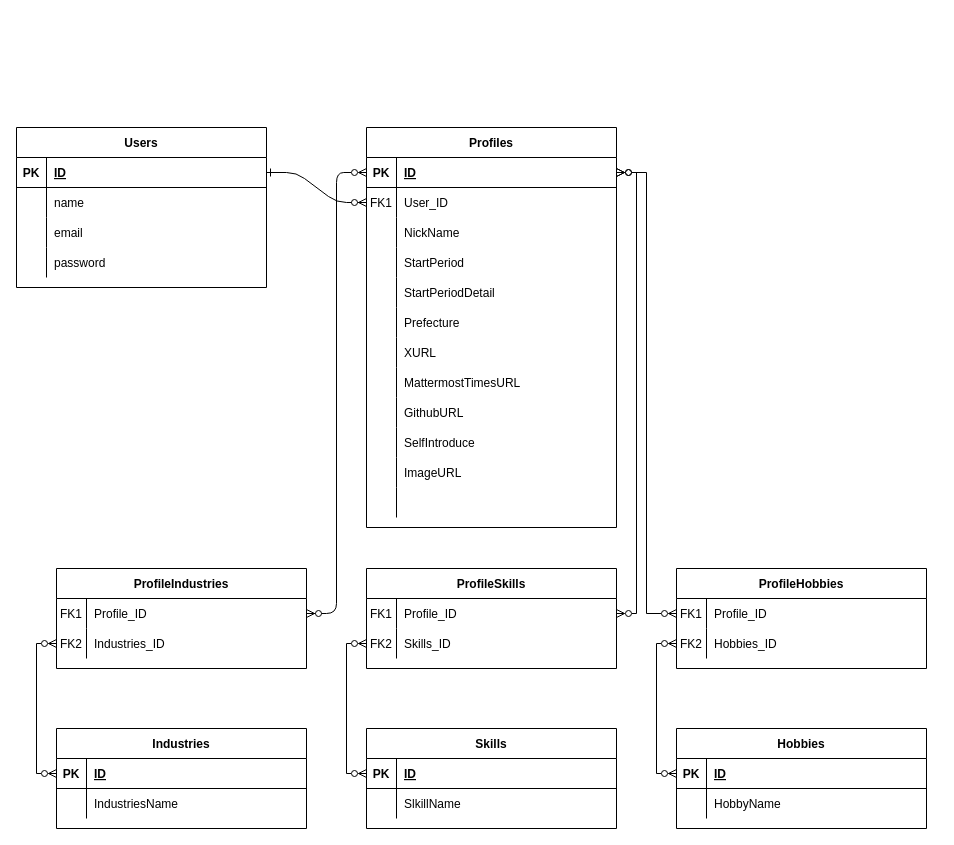
MaTTalv001/Student_Profile keeps this draw.io diagram as ER.drawio. Above is the earlier version. Source tidied: cells renumbered, new cells numbered last; positions are measured from the earlier drawing's top-left corner, leaving out a move shared by most shapes. Both pictures are drawn from the tidied source at 100%, with x=0, y=0 at pixel (16, 127).
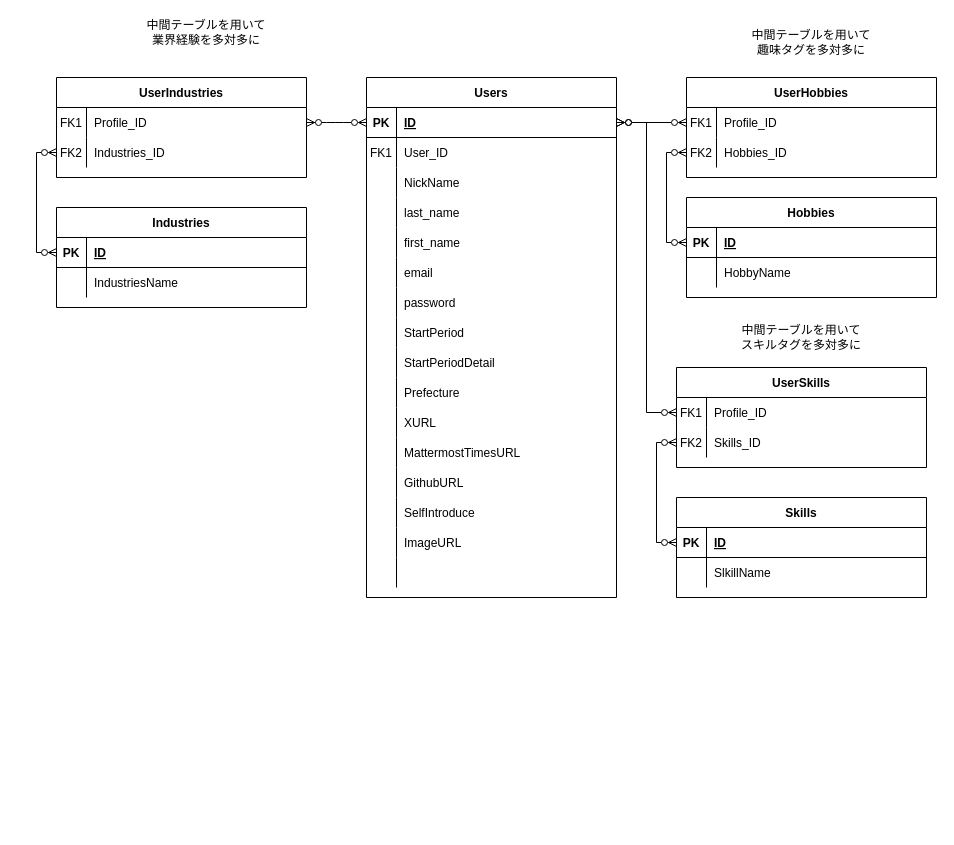
The same page after the edit.

Commit message:
Userte-buru

The change refers to these unchanged cells:
```xml
<mxCell id="8" style="shape=partialRectangle;fillColor=none;points=[[0,0.5],[1,0.5]];portConstraint=eastwest;top=0;left=0;right=0;bottom=0;" parent="4" vertex="1">
  <mxGeometry y="60" width="250" height="30" as="geometry" />
</mxCell>
```

Change to the diagram source:
```diff
@@
-    <mxCell id="2" style="edgeStyle=entityRelationEdgeStyle;endArrow=ERzeroToMany;startArrow=ERone;endFill=1;startFill=0;" parent="1" edge="1" source="49" target="8">
-      <mxGeometry relative="1" as="geometry" />
-    </mxCell>
@@
-    <mxCell id="4" value="Profiles" style="shape=table;startSize=30;childLayout=tableLayout;rowLines=0;fontStyle=1;align=center;" parent="1" vertex="1">
-      <mxGeometry x="350" width="250" height="400" as="geometry" />
+    <mxCell id="4" value="Users" style="shape=table;startSize=30;childLayout=tableLayout;rowLines=0;fontStyle=1;align=center;" parent="1" vertex="1">
+      <mxGeometry x="350" y="-50" width="250" height="520" as="geometry" />
     </mxCell>
@@
+    <mxCell id="58" style="shape=partialRectangle;fillColor=none;top=0;left=0;right=0;bottom=0;" parent="4" vertex="1">
+      <mxGeometry y="120" width="250" height="30" as="geometry" />
+    </mxCell>
+    <mxCell id="101" style="shape=partialRectangle;overflow=hidden;fillColor=none;top=0;left=0;bottom=0;right=0;" parent="58" vertex="1">
+      <mxGeometry width="30" height="30" as="geometry" />
+    </mxCell>
+    <mxCell id="102" value="last_name" style="shape=partialRectangle;overflow=hidden;fillColor=none;top=0;left=0;bottom=0;right=0;align=left;spacingLeft=6;" parent="58" vertex="1">
+      <mxGeometry x="30" width="220" height="30" as="geometry" />
+    </mxCell>
+    <mxCell id="103" style="shape=partialRectangle;fillColor=none;top=0;left=0;right=0;bottom=0;" parent="4" vertex="1">
+      <mxGeometry y="150" width="250" height="30" as="geometry" />
+    </mxCell>
+    <mxCell id="104" style="shape=partialRectangle;overflow=hidden;fillColor=none;top=0;left=0;bottom=0;right=0;" parent="103" vertex="1">
+      <mxGeometry width="30" height="30" as="geometry" />
+    </mxCell>
+    <mxCell id="105" value="first_name" style="shape=partialRectangle;overflow=hidden;fillColor=none;top=0;left=0;bottom=0;right=0;align=left;spacingLeft=6;" parent="103" vertex="1">
+      <mxGeometry x="30" width="220" height="30" as="geometry" />
+    </mxCell>
+    <mxCell id="106" style="shape=partialRectangle;fillColor=none;top=0;left=0;right=0;bottom=0;" parent="4" vertex="1">
+      <mxGeometry y="180" width="250" height="30" as="geometry" />
+    </mxCell>
+    <mxCell id="107" style="shape=partialRectangle;overflow=hidden;fillColor=none;top=0;left=0;bottom=0;right=0;" parent="106" vertex="1">
+      <mxGeometry width="30" height="30" as="geometry" />
+    </mxCell>
+    <mxCell id="57" value="email" style="shape=partialRectangle;overflow=hidden;fillColor=none;top=0;left=0;bottom=0;right=0;align=left;spacingLeft=6;" parent="106" vertex="1">
+      <mxGeometry x="30" width="220" height="30" as="geometry" />
+    </mxCell>
+    <mxCell id="108" style="shape=partialRectangle;fillColor=none;top=0;left=0;right=0;bottom=0;" parent="4" vertex="1">
+      <mxGeometry y="210" width="250" height="30" as="geometry" />
+    </mxCell>
+    <mxCell id="109" style="shape=partialRectangle;overflow=hidden;fillColor=none;top=0;left=0;bottom=0;right=0;" parent="108" vertex="1">
+      <mxGeometry width="30" height="30" as="geometry" />
+    </mxCell>
+    <mxCell id="60" value="password" style="shape=partialRectangle;overflow=hidden;fillColor=none;top=0;left=0;bottom=0;right=0;align=left;spacingLeft=6;" parent="108" vertex="1">
+      <mxGeometry x="30" width="220" height="30" as="geometry" />
+    </mxCell>
     <mxCell id="14" style="shape=partialRectangle;fillColor=none;top=0;left=0;right=0;bottom=0;" parent="4" vertex="1">
-      <mxGeometry y="120" width="250" height="30" as="geometry" />
+      <mxGeometry y="240" width="250" height="30" as="geometry" />
     </mxCell>
@@
     <mxCell id="17" style="shape=partialRectangle;fillColor=none;top=0;left=0;right=0;bottom=0;" parent="4" vertex="1">
-      <mxGeometry y="150" width="250" height="30" as="geometry" />
+      <mxGeometry y="270" width="250" height="30" as="geometry" />
     </mxCell>
@@
     <mxCell id="20" style="shape=partialRectangle;fillColor=none;top=0;left=0;right=0;bottom=0;" parent="4" vertex="1">
-      <mxGeometry y="180" width="250" height="30" as="geometry" />
+      <mxGeometry y="300" width="250" height="30" as="geometry" />
     </mxCell>
@@
     <mxCell id="23" style="shape=partialRectangle;fillColor=none;top=0;left=0;right=0;bottom=0;" parent="4" vertex="1">
-      <mxGeometry y="210" width="250" height="30" as="geometry" />
+      <mxGeometry y="330" width="250" height="30" as="geometry" />
     </mxCell>
@@
     <mxCell id="26" style="shape=partialRectangle;fillColor=none;top=0;left=0;right=0;bottom=0;" parent="4" vertex="1">
-      <mxGeometry y="240" width="250" height="30" as="geometry" />
+      <mxGeometry y="360" width="250" height="30" as="geometry" />
     </mxCell>
@@
     <mxCell id="29" style="shape=partialRectangle;fillColor=none;top=0;left=0;right=0;bottom=0;" parent="4" vertex="1">
-      <mxGeometry y="270" width="250" height="30" as="geometry" />
+      <mxGeometry y="390" width="250" height="30" as="geometry" />
     </mxCell>
@@
     <mxCell id="32" style="shape=partialRectangle;fillColor=none;top=0;left=0;right=0;bottom=0;" parent="4" vertex="1">
-      <mxGeometry y="300" width="250" height="30" as="geometry" />
+      <mxGeometry y="420" width="250" height="30" as="geometry" />
     </mxCell>
@@
     <mxCell id="35" style="shape=partialRectangle;fillColor=none;top=0;left=0;right=0;bottom=0;" parent="4" vertex="1">
-      <mxGeometry y="330" width="250" height="30" as="geometry" />
+      <mxGeometry y="450" width="250" height="30" as="geometry" />
     </mxCell>
@@
     <mxCell id="38" style="shape=partialRectangle;fillColor=none;top=0;left=0;right=0;bottom=0;" parent="4" vertex="1">
-      <mxGeometry y="360" width="250" height="30" as="geometry" />
+      <mxGeometry y="480" width="250" height="30" as="geometry" />
     </mxCell>
@@
-    <mxCell id="41" value="ProfileIndustries" style="shape=table;startSize=30;childLayout=tableLayout;rowLines=0;fontStyle=1;align=center;" parent="1" vertex="1">
-      <mxGeometry x="40" y="441" width="250" height="100" as="geometry" />
+    <mxCell id="41" value="UserIndustries" style="shape=table;startSize=30;childLayout=tableLayout;rowLines=0;fontStyle=1;align=center;" parent="1" vertex="1">
+      <mxGeometry x="40" y="-50" width="250" height="100" as="geometry" />
     </mxCell>
@@
-    <mxCell id="48" value="Users" style="shape=table;startSize=30;childLayout=tableLayout;rowLines=0;fontStyle=1;align=center;" parent="1" vertex="1">
-      <mxGeometry width="250" height="160" as="geometry" />
-    </mxCell>
-    <mxCell id="49" style="shape=partialRectangle;fillColor=none;points=[[0,0.5],[1,0.5]];portConstraint=eastwest;top=0;left=0;right=0;bottom=1;" parent="48" vertex="1">
-      <mxGeometry y="30" width="250" height="30" as="geometry" />
-    </mxCell>
-    <mxCell id="50" value="PK" style="shape=partialRectangle;overflow=hidden;fillColor=none;top=0;left=0;bottom=0;right=0;fontStyle=1;" parent="49" vertex="1">
-      <mxGeometry width="30" height="30" as="geometry" />
-    </mxCell>
-    <mxCell id="51" value="ID" style="shape=partialRectangle;overflow=hidden;fillColor=none;top=0;left=0;bottom=0;right=0;align=left;spacingLeft=6;fontStyle=5;" parent="49" vertex="1">
-      <mxGeometry x="30" width="220" height="30" as="geometry" />
-    </mxCell>
-    <mxCell id="52" style="shape=partialRectangle;fillColor=none;top=0;left=0;right=0;bottom=0;" parent="48" vertex="1">
-      <mxGeometry y="60" width="250" height="30" as="geometry" />
-    </mxCell>
-    <mxCell id="53" style="shape=partialRectangle;overflow=hidden;fillColor=none;top=0;left=0;bottom=0;right=0;" parent="52" vertex="1">
-      <mxGeometry width="30" height="30" as="geometry" />
-    </mxCell>
-    <mxCell id="54" value="name" style="shape=partialRectangle;overflow=hidden;fillColor=none;top=0;left=0;bottom=0;right=0;align=left;spacingLeft=6;" parent="52" vertex="1">
-      <mxGeometry x="30" width="220" height="30" as="geometry" />
-    </mxCell>
-    <mxCell id="55" style="shape=partialRectangle;fillColor=none;top=0;left=0;right=0;bottom=0;" parent="48" vertex="1">
-      <mxGeometry y="90" width="250" height="30" as="geometry" />
-    </mxCell>
-    <mxCell id="56" style="shape=partialRectangle;overflow=hidden;fillColor=none;top=0;left=0;bottom=0;right=0;" parent="55" vertex="1">
-      <mxGeometry width="30" height="30" as="geometry" />
-    </mxCell>
-    <mxCell id="57" value="email" style="shape=partialRectangle;overflow=hidden;fillColor=none;top=0;left=0;bottom=0;right=0;align=left;spacingLeft=6;" parent="55" vertex="1">
-      <mxGeometry x="30" width="220" height="30" as="geometry" />
-    </mxCell>
-    <mxCell id="58" style="shape=partialRectangle;fillColor=none;top=0;left=0;right=0;bottom=0;" parent="48" vertex="1">
-      <mxGeometry y="120" width="250" height="30" as="geometry" />
-    </mxCell>
-    <mxCell id="59" style="shape=partialRectangle;overflow=hidden;fillColor=none;top=0;left=0;bottom=0;right=0;" parent="58" vertex="1">
-      <mxGeometry width="30" height="30" as="geometry" />
-    </mxCell>
-    <mxCell id="60" value="password" style="shape=partialRectangle;overflow=hidden;fillColor=none;top=0;left=0;bottom=0;right=0;align=left;spacingLeft=6;" parent="58" vertex="1">
-      <mxGeometry x="30" width="220" height="30" as="geometry" />
-    </mxCell>
     <mxCell id="61" value="Industries" style="shape=table;startSize=30;childLayout=tableLayout;rowLines=0;fontStyle=1;align=center;" parent="1" vertex="1">
-      <mxGeometry x="40" y="601" width="250" height="100" as="geometry" />
+      <mxGeometry x="40" y="80" width="250" height="100" as="geometry" />
     </mxCell>
@@
-    <mxCell id="69" value="ProfileSkills" style="shape=table;startSize=30;childLayout=tableLayout;rowLines=0;fontStyle=1;align=center;" parent="1" vertex="1">
-      <mxGeometry x="350" y="441" width="250" height="100" as="geometry" />
+    <mxCell id="69" value="UserSkills" style="shape=table;startSize=30;childLayout=tableLayout;rowLines=0;fontStyle=1;align=center;" parent="1" vertex="1">
+      <mxGeometry x="660" y="240" width="250" height="100" as="geometry" />
     </mxCell>
@@
     <mxCell id="77" value="Skills" style="shape=table;startSize=30;childLayout=tableLayout;rowLines=0;fontStyle=1;align=center;" parent="1" vertex="1">
-      <mxGeometry x="350" y="601" width="250" height="100" as="geometry" />
+      <mxGeometry x="660" y="370" width="250" height="100" as="geometry" />
     </mxCell>
@@
-    <mxCell id="85" value="ProfileHobbies" style="shape=table;startSize=30;childLayout=tableLayout;rowLines=0;fontStyle=1;align=center;" parent="1" vertex="1">
-      <mxGeometry x="660" y="441" width="250" height="100" as="geometry" />
+    <mxCell id="85" value="UserHobbies" style="shape=table;startSize=30;childLayout=tableLayout;rowLines=0;fontStyle=1;align=center;" parent="1" vertex="1">
+      <mxGeometry x="670" y="-50" width="250" height="100" as="geometry" />
     </mxCell>
@@
     <mxCell id="92" value="Hobbies" style="shape=table;startSize=30;childLayout=tableLayout;rowLines=0;fontStyle=1;align=center;" parent="1" vertex="1">
-      <mxGeometry x="660" y="601" width="250" height="100" as="geometry" />
+      <mxGeometry x="670" y="70" width="250" height="100" as="geometry" />
     </mxCell>
@@
+    <mxCell id="110" value="中間テーブルを用いて&lt;br&gt;業界経験を多対多に" style="text;strokeColor=none;align=center;fillColor=none;html=1;verticalAlign=middle;whiteSpace=wrap;rounded=0;" parent="1" vertex="1">
+      <mxGeometry x="100" y="-110" width="180" height="30" as="geometry" />
+    </mxCell>
+    <mxCell id="111" value="中間テーブルを用いて&lt;br&gt;趣味タグを多対多に" style="text;strokeColor=none;align=center;fillColor=none;html=1;verticalAlign=middle;whiteSpace=wrap;rounded=0;" parent="1" vertex="1">
+      <mxGeometry x="705" y="-100" width="180" height="30" as="geometry" />
+    </mxCell>
+    <mxCell id="112" value="中間テーブルを用いて&lt;br&gt;スキルタグを多対多に" style="text;strokeColor=none;align=center;fillColor=none;html=1;verticalAlign=middle;whiteSpace=wrap;rounded=0;" parent="1" vertex="1">
+      <mxGeometry x="695" y="195" width="180" height="30" as="geometry" />
+    </mxCell>
```
